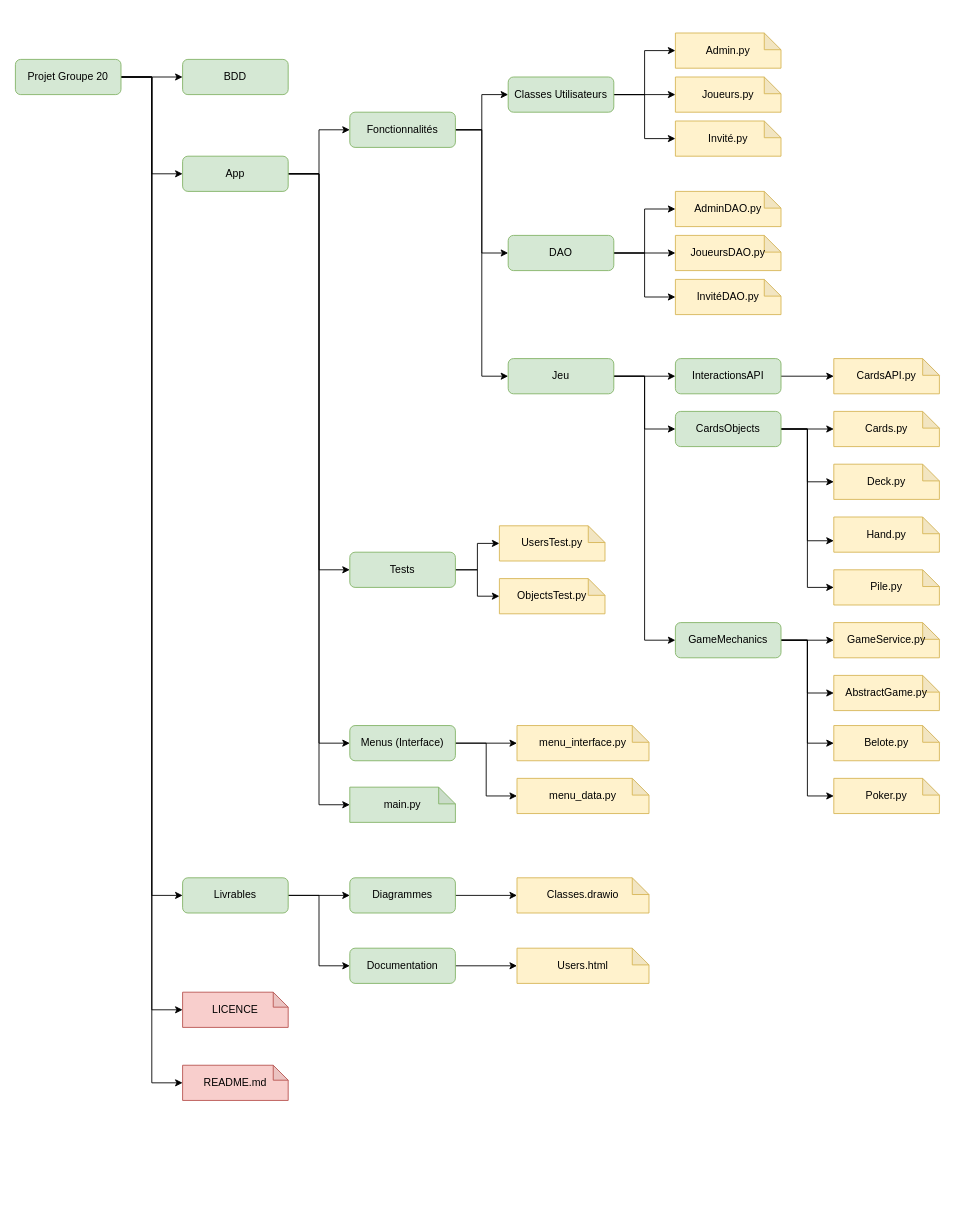
The draw.io diagram Diagrams/File Structure.drawio in MailineN/ProjetInfo2A, before the edit. Source tidied: cells renumbered, new cells numbered last; positions are measured from the earlier drawing's top-left corner, leaving out a move shared by most shapes. Both pictures are drawn from the tidied source at 88%, with x=0, y=0 at pixel (15, 33).
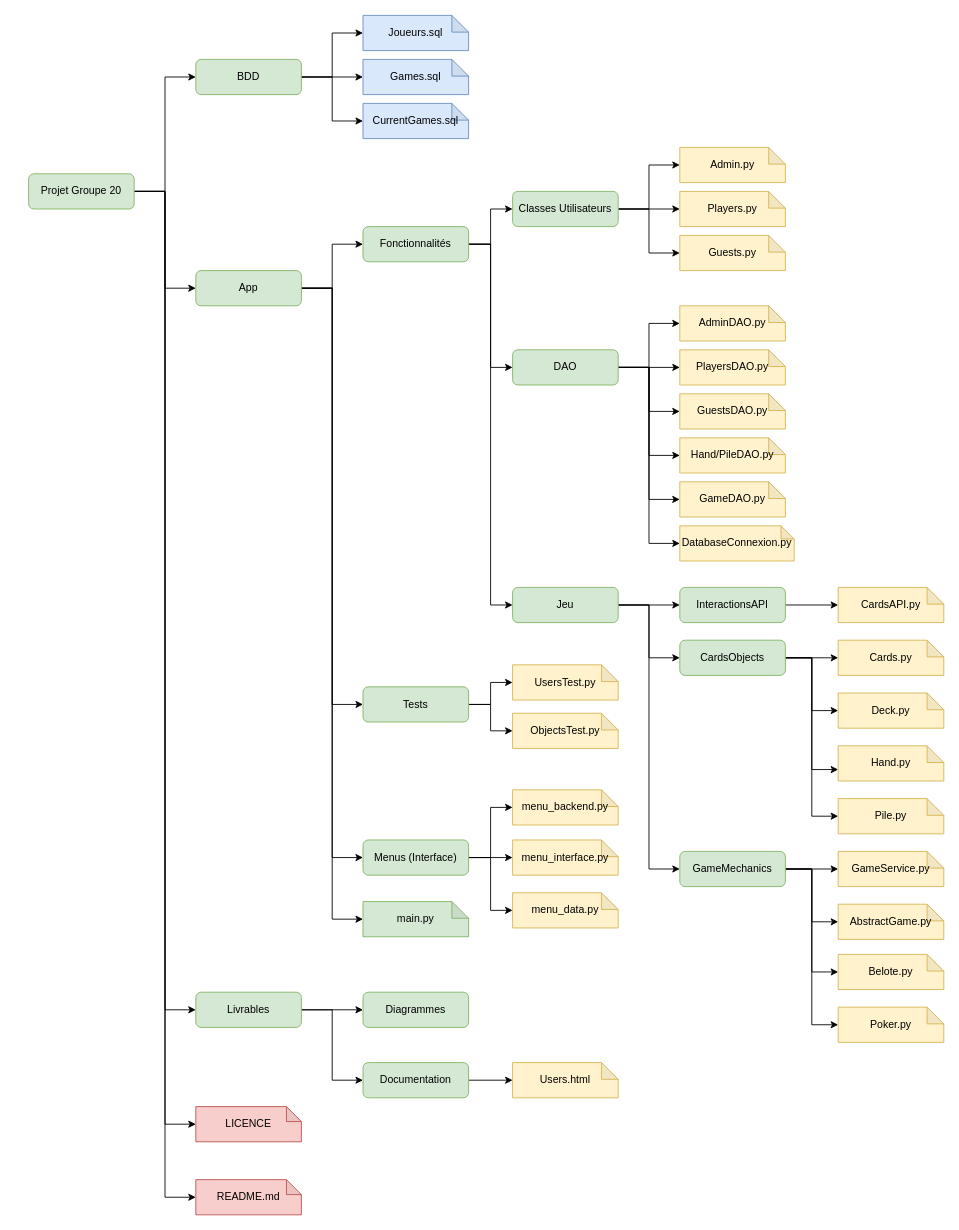
Above is the later version.

Diff of the diagram source:
```diff
@@
-<mxGraphModel>
+<mxGraphModel background="#ffffff">
@@
     <mxCell id="7" value="Projet Groupe 20" style="rounded=1;whiteSpace=wrap;html=1;fillColor=#d5e8d4;strokeColor=#82b366;" parent="1" vertex="1">
-      <mxGeometry y="30" width="120" height="40" as="geometry" />
+      <mxGeometry x="15" y="160" width="120" height="40" as="geometry" />
     </mxCell>
+    <mxCell id="79" style="edgeStyle=orthogonalEdgeStyle;rounded=0;jettySize=auto;html=1;exitX=1;exitY=0.5;exitDx=0;exitDy=0;entryX=0;entryY=0.5;entryDx=0;entryDy=0;entryPerimeter=0;" parent="1" edge="1" source="8" target="90">
+      <mxGeometry relative="1" as="geometry" />
+    </mxCell>
+    <mxCell id="80" style="edgeStyle=orthogonalEdgeStyle;rounded=0;jettySize=auto;html=1;exitX=1;exitY=0.5;exitDx=0;exitDy=0;entryX=0;entryY=0.5;entryDx=0;entryDy=0;entryPerimeter=0;" parent="1" edge="1" source="8" target="91">
+      <mxGeometry relative="1" as="geometry" />
+    </mxCell>
+    <mxCell id="81" style="edgeStyle=orthogonalEdgeStyle;rounded=0;jettySize=auto;html=1;exitX=1;exitY=0.5;exitDx=0;exitDy=0;entryX=0;entryY=0.5;entryDx=0;entryDy=0;entryPerimeter=0;" parent="1" edge="1" source="8" target="92">
+      <mxGeometry relative="1" as="geometry" />
+    </mxCell>
     <mxCell id="8" value="BDD" style="rounded=1;whiteSpace=wrap;html=1;fillColor=#d5e8d4;strokeColor=#82b366;" parent="1" vertex="1">
-      <mxGeometry x="190" y="30" width="120" height="40" as="geometry" />
+      <mxGeometry x="205" y="30" width="120" height="40" as="geometry" />
     </mxCell>
@@
     <mxCell id="13" value="App" style="rounded=1;whiteSpace=wrap;html=1;fillColor=#d5e8d4;strokeColor=#82b366;" parent="1" vertex="1">
-      <mxGeometry x="190" y="140" width="120" height="40" as="geometry" />
+      <mxGeometry x="205" y="270" width="120" height="40" as="geometry" />
     </mxCell>
@@
     <mxCell id="16" value="Livrables" style="rounded=1;whiteSpace=wrap;html=1;fillColor=#d5e8d4;strokeColor=#82b366;" parent="1" vertex="1">
-      <mxGeometry x="190" y="960" width="120" height="40" as="geometry" />
+      <mxGeometry x="205" y="1090" width="120" height="40" as="geometry" />
     </mxCell>
-    <mxCell id="17" style="edgeStyle=orthogonalEdgeStyle;rounded=0;jettySize=auto;html=1;exitX=1;exitY=0.5;exitDx=0;exitDy=0;entryX=0;entryY=0.5;entryDx=0;entryDy=0;entryPerimeter=0;" parent="1" edge="1" source="18" target="35">
-      <mxGeometry relative="1" as="geometry" />
-    </mxCell>
     <mxCell id="18" value="Diagrammes" style="rounded=1;whiteSpace=wrap;html=1;fillColor=#d5e8d4;strokeColor=#82b366;" parent="1" vertex="1">
-      <mxGeometry x="380" y="960" width="120" height="40" as="geometry" />
+      <mxGeometry x="395" y="1090" width="120" height="40" as="geometry" />
     </mxCell>
@@
     <mxCell id="20" value="Documentation" style="rounded=1;whiteSpace=wrap;html=1;fillColor=#d5e8d4;strokeColor=#82b366;" parent="1" vertex="1">
-      <mxGeometry x="380" y="1040" width="120" height="40" as="geometry" />
+      <mxGeometry x="395" y="1170" width="120" height="40" as="geometry" />
     </mxCell>
@@
     <mxCell id="24" value="Fonctionnalités" style="rounded=1;whiteSpace=wrap;html=1;fillColor=#d5e8d4;strokeColor=#82b366;" parent="1" vertex="1">
-      <mxGeometry x="380" y="90" width="120" height="40" as="geometry" />
+      <mxGeometry x="395" y="220" width="120" height="40" as="geometry" />
     </mxCell>
@@
     <mxCell id="27" value="Tests" style="rounded=1;whiteSpace=wrap;html=1;fillColor=#d5e8d4;strokeColor=#82b366;" parent="1" vertex="1">
-      <mxGeometry x="380" y="590" width="120" height="40" as="geometry" />
+      <mxGeometry x="395" y="743" width="120" height="40" as="geometry" />
     </mxCell>
@@
+    <mxCell id="82" style="edgeStyle=orthogonalEdgeStyle;rounded=0;jettySize=auto;html=1;exitX=1;exitY=0.5;exitDx=0;exitDy=0;entryX=0;entryY=0.5;entryDx=0;entryDy=0;entryPerimeter=0;" parent="1" edge="1" source="30" target="88">
+      <mxGeometry relative="1" as="geometry" />
+    </mxCell>
     <mxCell id="30" value="Menus (Interface)" style="rounded=1;whiteSpace=wrap;html=1;fillColor=#d5e8d4;strokeColor=#82b366;" parent="1" vertex="1">
-      <mxGeometry x="380" y="787" width="120" height="40" as="geometry" />
+      <mxGeometry x="395" y="917" width="120" height="40" as="geometry" />
     </mxCell>
     <mxCell id="31" value="main.py" style="shape=note;whiteSpace=wrap;html=1;backgroundOutline=1;darkOpacity=0.05;size=19;fillColor=#d5e8d4;strokeColor=#82b366;" parent="1" vertex="1">
-      <mxGeometry x="380" y="857" width="120" height="40" as="geometry" />
+      <mxGeometry x="395" y="987" width="120" height="40" as="geometry" />
     </mxCell>
     <mxCell id="32" value="LICENCE" style="shape=note;whiteSpace=wrap;html=1;backgroundOutline=1;darkOpacity=0.05;size=17;fillColor=#f8cecc;strokeColor=#b85450;" parent="1" vertex="1">
-      <mxGeometry x="190" y="1090" width="120" height="40" as="geometry" />
+      <mxGeometry x="205" y="1220" width="120" height="40" as="geometry" />
     </mxCell>
     <mxCell id="33" value="menu_interface.py" style="shape=note;whiteSpace=wrap;html=1;backgroundOutline=1;darkOpacity=0.05;size=19;fillColor=#fff2cc;strokeColor=#d6b656;" parent="1" vertex="1">
-      <mxGeometry x="570" y="787" width="150" height="40" as="geometry" />
+      <mxGeometry x="565" y="917" width="120" height="40" as="geometry" />
     </mxCell>
     <mxCell id="34" value="menu_data.py" style="shape=note;whiteSpace=wrap;html=1;backgroundOutline=1;darkOpacity=0.05;size=19;fillColor=#fff2cc;strokeColor=#d6b656;" parent="1" vertex="1">
-      <mxGeometry x="570" y="847" width="150" height="40" as="geometry" />
+      <mxGeometry x="565" y="977" width="120" height="40" as="geometry" />
     </mxCell>
-    <mxCell id="35" value="Classes.drawio" style="shape=note;whiteSpace=wrap;html=1;backgroundOutline=1;darkOpacity=0.05;size=19;fillColor=#fff2cc;strokeColor=#d6b656;" parent="1" vertex="1">
-      <mxGeometry x="570" y="960" width="150" height="40" as="geometry" />
-    </mxCell>
     <mxCell id="36" value="Users.html" style="shape=note;whiteSpace=wrap;html=1;backgroundOutline=1;darkOpacity=0.05;size=19;fillColor=#fff2cc;strokeColor=#d6b656;" parent="1" vertex="1">
-      <mxGeometry x="570" y="1040" width="150" height="40" as="geometry" />
+      <mxGeometry x="565" y="1170" width="120" height="40" as="geometry" />
     </mxCell>
     <mxCell id="37" value="README.md" style="shape=note;whiteSpace=wrap;html=1;backgroundOutline=1;darkOpacity=0.05;size=17;fillColor=#f8cecc;strokeColor=#b85450;" parent="1" vertex="1">
-      <mxGeometry x="190" y="1173" width="120" height="40" as="geometry" />
+      <mxGeometry x="205" y="1303" width="120" height="40" as="geometry" />
     </mxCell>
@@
     <mxCell id="41" value="Classes Utilisateurs" style="rounded=1;whiteSpace=wrap;html=1;fillColor=#d5e8d4;strokeColor=#82b366;" parent="1" vertex="1">
-      <mxGeometry x="560" y="50" width="120" height="40" as="geometry" />
+      <mxGeometry x="565" y="180" width="120" height="40" as="geometry" />
     </mxCell>
-    <mxCell id="42" value="Joueurs.py" style="shape=note;whiteSpace=wrap;html=1;backgroundOutline=1;darkOpacity=0.05;size=19;fillColor=#fff2cc;strokeColor=#d6b656;" parent="1" vertex="1">
-      <mxGeometry x="750" y="50" width="120" height="40" as="geometry" />
+    <mxCell id="42" value="Players.py" style="shape=note;whiteSpace=wrap;html=1;backgroundOutline=1;darkOpacity=0.05;size=19;fillColor=#fff2cc;strokeColor=#d6b656;" parent="1" vertex="1">
+      <mxGeometry x="755" y="180" width="120" height="40" as="geometry" />
     </mxCell>
-    <mxCell id="43" value="Invité.py" style="shape=note;whiteSpace=wrap;html=1;backgroundOutline=1;darkOpacity=0.05;size=19;fillColor=#fff2cc;strokeColor=#d6b656;" parent="1" vertex="1">
-      <mxGeometry x="750" y="100" width="120" height="40" as="geometry" />
+    <mxCell id="43" value="Guests.py" style="shape=note;whiteSpace=wrap;html=1;backgroundOutline=1;darkOpacity=0.05;size=19;fillColor=#fff2cc;strokeColor=#d6b656;" parent="1" vertex="1">
+      <mxGeometry x="755" y="230" width="120" height="40" as="geometry" />
     </mxCell>
@@
+    <mxCell id="83" style="edgeStyle=orthogonalEdgeStyle;rounded=0;jettySize=auto;html=1;exitX=1;exitY=0.5;exitDx=0;exitDy=0;entryX=0;entryY=0.5;entryDx=0;entryDy=0;entryPerimeter=0;" parent="1" edge="1" source="47" target="86">
+      <mxGeometry relative="1" as="geometry" />
+    </mxCell>
+    <mxCell id="84" style="edgeStyle=orthogonalEdgeStyle;rounded=0;jettySize=auto;html=1;exitX=1;exitY=0.5;exitDx=0;exitDy=0;entryX=0;entryY=0.5;entryDx=0;entryDy=0;entryPerimeter=0;" parent="1" edge="1" source="47" target="87">
+      <mxGeometry relative="1" as="geometry" />
+    </mxCell>
+    <mxCell id="85" style="edgeStyle=orthogonalEdgeStyle;rounded=0;jettySize=auto;html=1;exitX=1;exitY=0.5;exitDx=0;exitDy=0;entryX=0;entryY=0.5;entryDx=0;entryDy=0;entryPerimeter=0;" parent="1" edge="1" source="47" target="89">
+      <mxGeometry relative="1" as="geometry" />
+    </mxCell>
     <mxCell id="47" value="DAO" style="rounded=1;whiteSpace=wrap;html=1;fillColor=#d5e8d4;strokeColor=#82b366;" parent="1" vertex="1">
-      <mxGeometry x="560" y="230" width="120" height="40" as="geometry" />
+      <mxGeometry x="565" y="360" width="120" height="40" as="geometry" />
     </mxCell>
     <mxCell id="48" value="Admin.py" style="shape=note;whiteSpace=wrap;html=1;backgroundOutline=1;darkOpacity=0.05;size=19;fillColor=#fff2cc;strokeColor=#d6b656;" parent="1" vertex="1">
-      <mxGeometry x="750" width="120" height="40" as="geometry" />
+      <mxGeometry x="755" y="130" width="120" height="40" as="geometry" />
     </mxCell>
-    <mxCell id="49" value="JoueursDAO.py" style="shape=note;whiteSpace=wrap;html=1;backgroundOutline=1;darkOpacity=0.05;size=19;fillColor=#fff2cc;strokeColor=#d6b656;" parent="1" vertex="1">
-      <mxGeometry x="750" y="230" width="120" height="40" as="geometry" />
+    <mxCell id="49" value="PlayersDAO.py" style="shape=note;whiteSpace=wrap;html=1;backgroundOutline=1;darkOpacity=0.05;size=19;fillColor=#fff2cc;strokeColor=#d6b656;" parent="1" vertex="1">
+      <mxGeometry x="755" y="360" width="120" height="40" as="geometry" />
     </mxCell>
-    <mxCell id="50" value="InvitéDAO.py" style="shape=note;whiteSpace=wrap;html=1;backgroundOutline=1;darkOpacity=0.05;size=19;fillColor=#fff2cc;strokeColor=#d6b656;" parent="1" vertex="1">
-      <mxGeometry x="750" y="280" width="120" height="40" as="geometry" />
+    <mxCell id="50" value="GuestsDAO.py" style="shape=note;whiteSpace=wrap;html=1;backgroundOutline=1;darkOpacity=0.05;size=19;fillColor=#fff2cc;strokeColor=#d6b656;" parent="1" vertex="1">
+      <mxGeometry x="755" y="410" width="120" height="40" as="geometry" />
     </mxCell>
     <mxCell id="51" value="AdminDAO.py" style="shape=note;whiteSpace=wrap;html=1;backgroundOutline=1;darkOpacity=0.05;size=19;fillColor=#fff2cc;strokeColor=#d6b656;" parent="1" vertex="1">
-      <mxGeometry x="750" y="180" width="120" height="40" as="geometry" />
+      <mxGeometry x="755" y="310" width="120" height="40" as="geometry" />
     </mxCell>
@@
     <mxCell id="55" value="Jeu" style="rounded=1;whiteSpace=wrap;html=1;fillColor=#d5e8d4;strokeColor=#82b366;" parent="1" vertex="1">
-      <mxGeometry x="560" y="370" width="120" height="40" as="geometry" />
+      <mxGeometry x="565" y="630" width="120" height="40" as="geometry" />
     </mxCell>
@@
     <mxCell id="57" value="InteractionsAPI" style="rounded=1;whiteSpace=wrap;html=1;fillColor=#d5e8d4;strokeColor=#82b366;" parent="1" vertex="1">
-      <mxGeometry x="750" y="370" width="120" height="40" as="geometry" />
+      <mxGeometry x="755" y="630" width="120" height="40" as="geometry" />
     </mxCell>
     <mxCell id="58" value="CardsAPI.py" style="shape=note;whiteSpace=wrap;html=1;backgroundOutline=1;darkOpacity=0.05;size=19;fillColor=#fff2cc;strokeColor=#d6b656;" parent="1" vertex="1">
-      <mxGeometry x="930" y="370" width="120" height="40" as="geometry" />
+      <mxGeometry x="935" y="630" width="120" height="40" as="geometry" />
     </mxCell>
@@
     <mxCell id="63" value="CardsObjects" style="rounded=1;whiteSpace=wrap;html=1;fillColor=#d5e8d4;strokeColor=#82b366;" parent="1" vertex="1">
-      <mxGeometry x="750" y="430" width="120" height="40" as="geometry" />
+      <mxGeometry x="755" y="690" width="120" height="40" as="geometry" />
     </mxCell>
     <mxCell id="64" value="Cards.py" style="shape=note;whiteSpace=wrap;html=1;backgroundOutline=1;darkOpacity=0.05;size=19;fillColor=#fff2cc;strokeColor=#d6b656;" parent="1" vertex="1">
-      <mxGeometry x="930" y="430" width="120" height="40" as="geometry" />
+      <mxGeometry x="935" y="690" width="120" height="40" as="geometry" />
     </mxCell>
     <mxCell id="65" value="Deck.py" style="shape=note;whiteSpace=wrap;html=1;backgroundOutline=1;darkOpacity=0.05;size=19;fillColor=#fff2cc;strokeColor=#d6b656;" parent="1" vertex="1">
-      <mxGeometry x="930" y="490" width="120" height="40" as="geometry" />
+      <mxGeometry x="935" y="750" width="120" height="40" as="geometry" />
     </mxCell>
     <mxCell id="66" value="Hand.py" style="shape=note;whiteSpace=wrap;html=1;backgroundOutline=1;darkOpacity=0.05;size=19;fillColor=#fff2cc;strokeColor=#d6b656;" parent="1" vertex="1">
-      <mxGeometry x="930" y="550" width="120" height="40" as="geometry" />
+      <mxGeometry x="935" y="810" width="120" height="40" as="geometry" />
     </mxCell>
     <mxCell id="67" value="Pile.py" style="shape=note;whiteSpace=wrap;html=1;backgroundOutline=1;darkOpacity=0.05;size=19;fillColor=#fff2cc;strokeColor=#d6b656;" parent="1" vertex="1">
-      <mxGeometry x="930" y="610" width="120" height="40" as="geometry" />
+      <mxGeometry x="935" y="870" width="120" height="40" as="geometry" />
     </mxCell>
@@
     <mxCell id="72" value="GameMechanics" style="rounded=1;whiteSpace=wrap;html=1;fillColor=#d5e8d4;strokeColor=#82b366;" parent="1" vertex="1">
-      <mxGeometry x="750" y="670" width="120" height="40" as="geometry" />
+      <mxGeometry x="755" y="930" width="120" height="40" as="geometry" />
     </mxCell>
     <mxCell id="73" value="GameService.py" style="shape=note;whiteSpace=wrap;html=1;backgroundOutline=1;darkOpacity=0.05;size=19;fillColor=#fff2cc;strokeColor=#d6b656;" parent="1" vertex="1">
-      <mxGeometry x="930" y="670" width="120" height="40" as="geometry" />
+      <mxGeometry x="935" y="930" width="120" height="40" as="geometry" />
     </mxCell>
     <mxCell id="74" value="AbstractGame.py" style="shape=note;whiteSpace=wrap;html=1;backgroundOutline=1;darkOpacity=0.05;size=19;fillColor=#fff2cc;strokeColor=#d6b656;" parent="1" vertex="1">
-      <mxGeometry x="930" y="730" width="120" height="40" as="geometry" />
+      <mxGeometry x="935" y="990" width="120" height="40" as="geometry" />
     </mxCell>
     <mxCell id="75" value="Belote.py" style="shape=note;whiteSpace=wrap;html=1;backgroundOutline=1;darkOpacity=0.05;size=19;fillColor=#fff2cc;strokeColor=#d6b656;" parent="1" vertex="1">
-      <mxGeometry x="930" y="787" width="120" height="40" as="geometry" />
+      <mxGeometry x="935" y="1047" width="120" height="40" as="geometry" />
     </mxCell>
     <mxCell id="76" value="Poker.py" style="shape=note;whiteSpace=wrap;html=1;backgroundOutline=1;darkOpacity=0.05;size=19;fillColor=#fff2cc;strokeColor=#d6b656;" parent="1" vertex="1">
-      <mxGeometry x="930" y="847" width="120" height="40" as="geometry" />
+      <mxGeometry x="935" y="1107" width="120" height="40" as="geometry" />
     </mxCell>
     <mxCell id="77" value="UsersTest.py" style="shape=note;whiteSpace=wrap;html=1;backgroundOutline=1;darkOpacity=0.05;size=19;fillColor=#fff2cc;strokeColor=#d6b656;" parent="1" vertex="1">
-      <mxGeometry x="550" y="560" width="120" height="40" as="geometry" />
+      <mxGeometry x="565" y="718" width="120" height="40" as="geometry" />
     </mxCell>
     <mxCell id="78" value="ObjectsTest.py" style="shape=note;whiteSpace=wrap;html=1;backgroundOutline=1;darkOpacity=0.05;size=19;fillColor=#fff2cc;strokeColor=#d6b656;" parent="1" vertex="1">
-      <mxGeometry x="550" y="620" width="120" height="40" as="geometry" />
+      <mxGeometry x="565" y="773" width="120" height="40" as="geometry" />
     </mxCell>
+    <mxCell id="86" value="Hand/PileDAO.py" style="shape=note;whiteSpace=wrap;html=1;backgroundOutline=1;darkOpacity=0.05;size=19;fillColor=#fff2cc;strokeColor=#d6b656;" parent="1" vertex="1">
+      <mxGeometry x="755" y="460" width="120" height="40" as="geometry" />
+    </mxCell>
+    <mxCell id="87" value="GameDAO.py" style="shape=note;whiteSpace=wrap;html=1;backgroundOutline=1;darkOpacity=0.05;size=19;fillColor=#fff2cc;strokeColor=#d6b656;" parent="1" vertex="1">
+      <mxGeometry x="755" y="510" width="120" height="40" as="geometry" />
+    </mxCell>
+    <mxCell id="88" value="menu_backend.py" style="shape=note;whiteSpace=wrap;html=1;backgroundOutline=1;darkOpacity=0.05;size=19;fillColor=#fff2cc;strokeColor=#d6b656;" parent="1" vertex="1">
+      <mxGeometry x="565" y="860" width="120" height="40" as="geometry" />
+    </mxCell>
+    <mxCell id="89" value="DatabaseConnexion.py" style="shape=note;whiteSpace=wrap;html=1;backgroundOutline=1;darkOpacity=0.05;size=15;fillColor=#fff2cc;strokeColor=#d6b656;" parent="1" vertex="1">
+      <mxGeometry x="755" y="560" width="130" height="40" as="geometry" />
+    </mxCell>
+    <mxCell id="90" value="Joueurs.sql" style="shape=note;whiteSpace=wrap;html=1;backgroundOutline=1;darkOpacity=0.05;size=19;fillColor=#dae8fc;strokeColor=#6c8ebf;" parent="1" vertex="1">
+      <mxGeometry x="395" y="-20" width="120" height="40" as="geometry" />
+    </mxCell>
+    <mxCell id="91" value="Games.sql" style="shape=note;whiteSpace=wrap;html=1;backgroundOutline=1;darkOpacity=0.05;size=19;fillColor=#dae8fc;strokeColor=#6c8ebf;" parent="1" vertex="1">
+      <mxGeometry x="395" y="30" width="120" height="40" as="geometry" />
+    </mxCell>
+    <mxCell id="92" value="CurrentGames.sql" style="shape=note;whiteSpace=wrap;html=1;backgroundOutline=1;darkOpacity=0.05;size=19;fillColor=#dae8fc;strokeColor=#6c8ebf;" parent="1" vertex="1">
+      <mxGeometry x="395" y="80" width="120" height="40" as="geometry" />
+    </mxCell>
```
